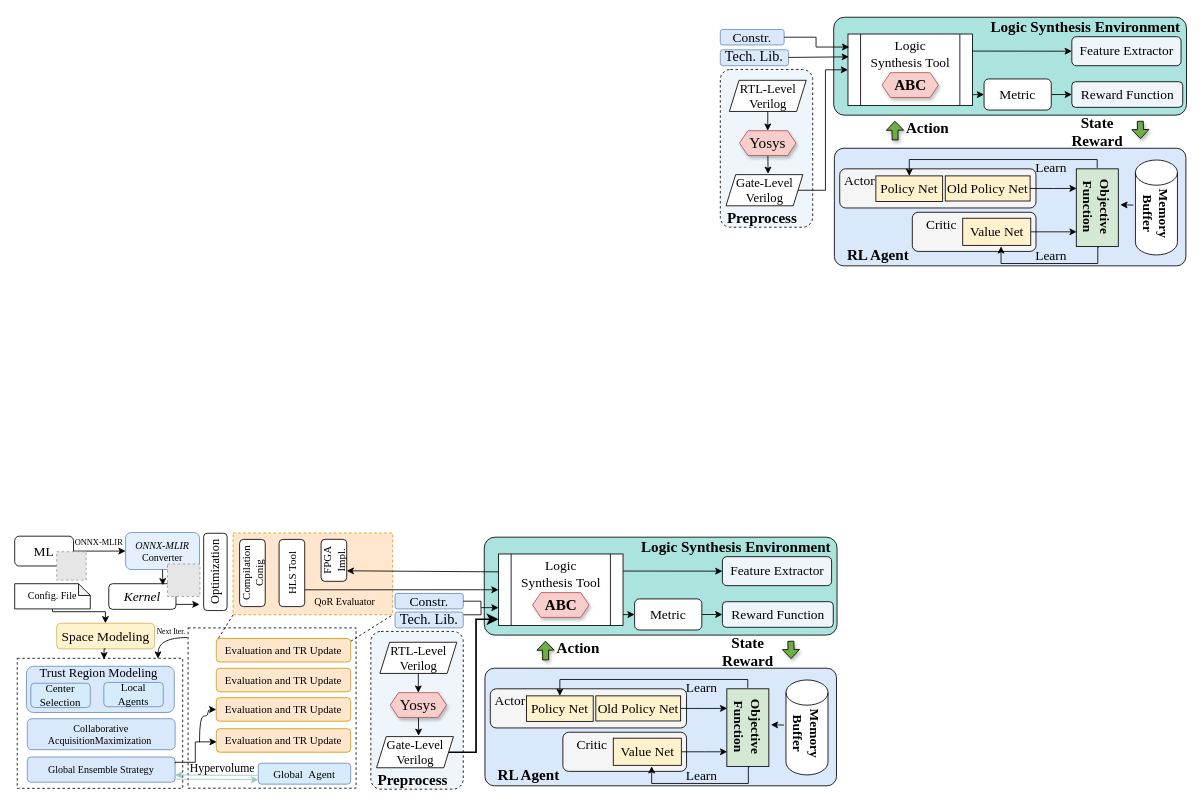
Above: RL_framework.drawio in kxzhu0505/Delay-Padding-For-Multi-corner (draw.io), before the change. Source tidied: cells renumbered, new cells numbered last; positions are measured from the earlier drawing's top-left corner, leaving out a move shared by most shapes. Both pictures are drawn from the tidied source at 84%, with x=0, y=0 at pixel (14, 14). Pictures stored in the file or linked from it are replaced by grey dashed boxes.
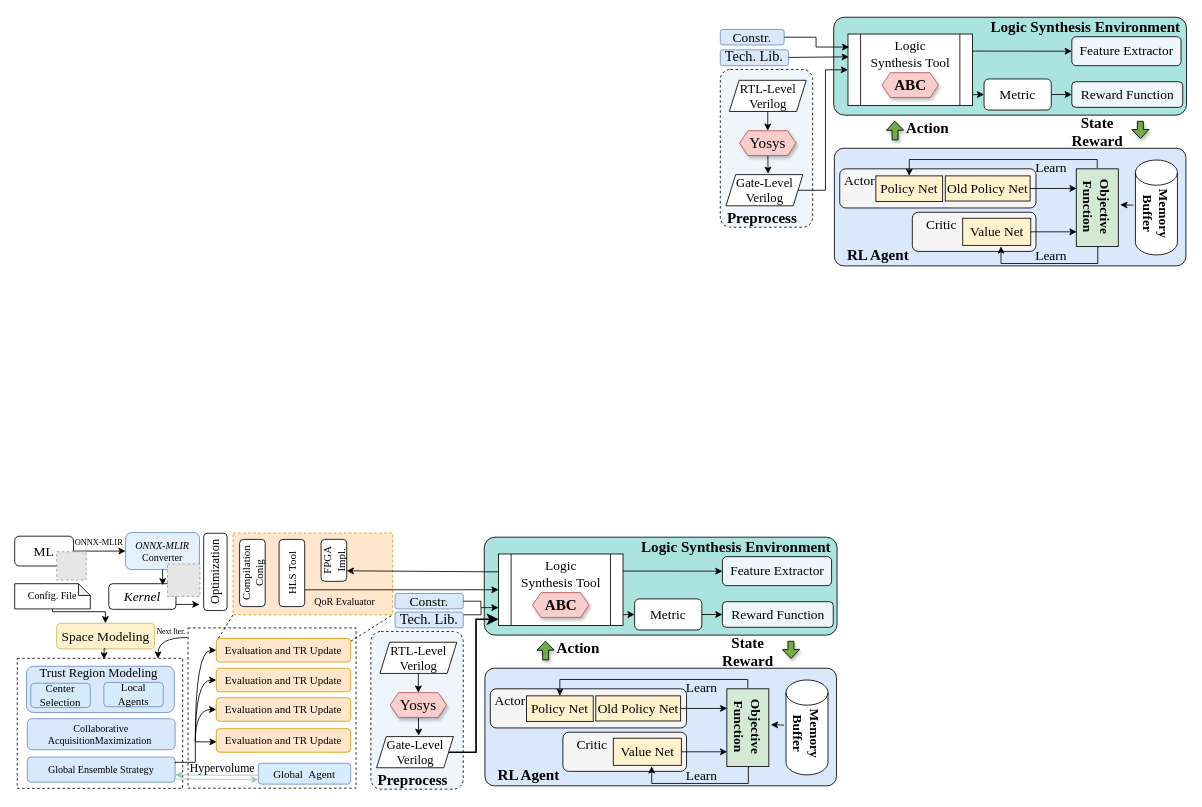
After the change.

Unchanged cells that the change refers to:
```xml
<mxCell id="131" value="&lt;p style=&quot;margin-top: 0pt; margin-bottom: 0pt; margin-left: 0in; direction: ltr; unicode-bidi: embed; word-break: normal;&quot;&gt;&lt;span style=&quot;font-size: 13px;&quot;&gt;Evaluation and TR Update&lt;/span&gt;&lt;/p&gt;" style="rounded=1;whiteSpace=wrap;html=1;fillColor=#ffe6cc;strokeColor=#d79b00;fontFamily=Times New Roman;" parent="1" vertex="1">
  <mxGeometry x="240" y="813.1" width="160" height="28" as="geometry" />
</mxCell>
<mxCell id="132" value="&lt;p style=&quot;margin-top: 0pt; margin-bottom: 0pt; margin-left: 0in; direction: ltr; unicode-bidi: embed; word-break: normal;&quot;&gt;&lt;span style=&quot;font-size: 13px;&quot;&gt;Evaluation and TR Update&lt;/span&gt;&lt;/p&gt;" style="rounded=1;whiteSpace=wrap;html=1;fillColor=#ffe6cc;strokeColor=#d79b00;fontFamily=Times New Roman;" parent="1" vertex="1">
  <mxGeometry x="240" y="778.1" width="160" height="28" as="geometry" />
</mxCell>
<mxCell id="134" value="&lt;p style=&quot;margin-top: 0pt; margin-bottom: 0pt; margin-left: 0in; direction: ltr; unicode-bidi: embed; word-break: normal;&quot;&gt;&lt;span style=&quot;font-size: 13px;&quot;&gt;Evaluation and TR Update&lt;/span&gt;&lt;/p&gt;" style="rounded=1;whiteSpace=wrap;html=1;fillColor=#ffe6cc;strokeColor=#d79b00;fontFamily=Times New Roman;" parent="1" vertex="1">
  <mxGeometry x="240" y="742.6" width="160" height="28" as="geometry" />
</mxCell>
```

Change to the diagram source:
```diff
@@
-    <mxCell id="141" style="edgeStyle=orthogonalEdgeStyle;curved=1;rounded=0;jettySize=auto;html=1;entryX=0;entryY=0.5;entryDx=0;entryDy=0;" parent="1" edge="1" target="131">
-      <mxGeometry relative="1" as="geometry">
-        <mxPoint x="220" y="866" as="sourcePoint" />
-        <Array as="points">
-          <mxPoint x="220" y="835" />
-          <mxPoint x="230" y="835" />
-          <mxPoint x="230" y="827" />
-        </Array>
-      </mxGeometry>
-    </mxCell>
@@
+    <mxCell id="148" style="endArrow=classic;html=1;rounded=0;entryX=0;entryY=0.5;entryDx=0;entryDy=0;edgeStyle=orthogonalEdgeStyle;curved=1;" parent="1" edge="1" target="131">
+      <mxGeometry relative="1" as="geometry">
+        <mxPoint x="215" y="866" as="sourcePoint" />
+        <Array as="points">
+          <mxPoint x="215" y="827" />
+        </Array>
+      </mxGeometry>
+    </mxCell>
+    <mxCell id="149" style="endArrow=classic;html=1;rounded=0;entryX=0;entryY=0.5;entryDx=0;entryDy=0;edgeStyle=orthogonalEdgeStyle;curved=1;" parent="1" edge="1" target="132">
+      <mxGeometry relative="1" as="geometry">
+        <mxPoint x="215" y="865" as="sourcePoint" />
+        <Array as="points">
+          <mxPoint x="215" y="792" />
+          <mxPoint x="240" y="792" />
+        </Array>
+      </mxGeometry>
+    </mxCell>
+    <mxCell id="150" style="endArrow=classic;html=1;rounded=0;entryX=0;entryY=0.5;entryDx=0;entryDy=0;edgeStyle=orthogonalEdgeStyle;curved=1;" parent="1" edge="1" target="134">
+      <mxGeometry relative="1" as="geometry">
+        <mxPoint x="215" y="865" as="sourcePoint" />
+        <Array as="points">
+          <mxPoint x="215" y="756" />
+          <mxPoint x="240" y="756" />
+        </Array>
+      </mxGeometry>
+    </mxCell>
```
